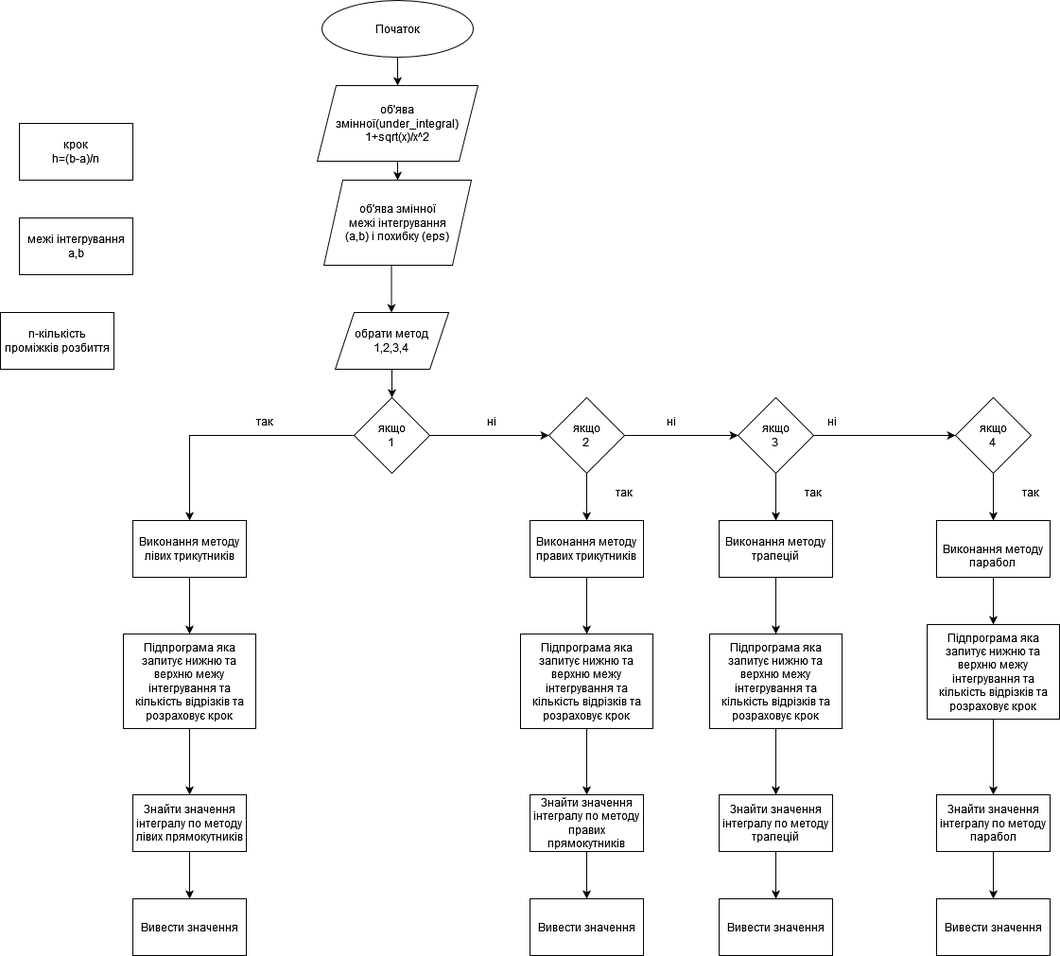
VolodymyrLutskevych-PE-12/Lab_2_Volodymyr-Lutskevych_PE-12_-1- keeps this draw.io diagram as Луцкевич_Володимир_РЕ-12_Схема_.drawio.png. Above is the earlier version. Source tidied: cells renumbered, new cells last; positions are measured from the earlier drawing's top-left corner, leaving out a move shared by most shapes.
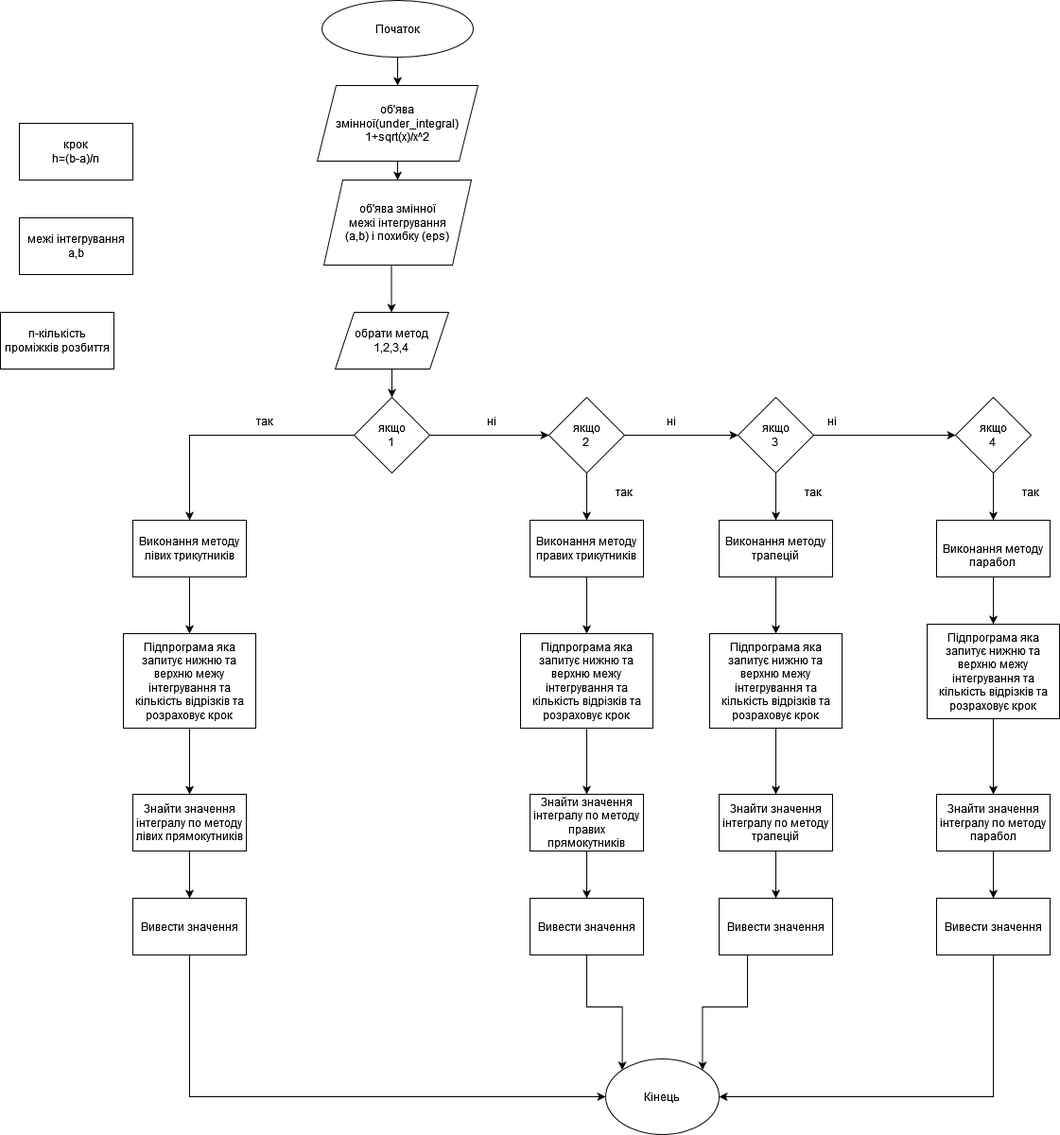
The same file after the commit.

What changed in the source:
```diff
@@ -166,17 +166,32 @@
     <mxCell id="54" value="так" style="text;html=1;strokeColor=none;fillColor=none;align=center;verticalAlign=middle;whiteSpace=wrap;rounded=0;" parent="1" vertex="1">
       <mxGeometry x="1060" y="505" width="60" height="30" as="geometry" />
     </mxCell>
+    <mxCell id="59" style="edgeStyle=orthogonalEdgeStyle;rounded=0;jettySize=auto;html=1;exitX=0.5;exitY=1;exitDx=0;exitDy=0;entryX=0;entryY=0.5;entryDx=0;entryDy=0;" parent="1" edge="1" source="55" target="63">
+      <mxGeometry relative="1" as="geometry" />
+    </mxCell>
     <mxCell id="55" value="Вивести значення" style="rounded=0;whiteSpace=wrap;html=1;" parent="1" vertex="1">
       <mxGeometry x="140" y="950" width="120" height="60" as="geometry" />
     </mxCell>
+    <mxCell id="60" style="edgeStyle=orthogonalEdgeStyle;rounded=0;jettySize=auto;html=1;exitX=0.5;exitY=1;exitDx=0;exitDy=0;entryX=0;entryY=0;entryDx=0;entryDy=0;" parent="1" edge="1" source="56" target="63">
+      <mxGeometry relative="1" as="geometry" />
+    </mxCell>
     <mxCell id="56" value="Вивести значення" style="rounded=0;whiteSpace=wrap;html=1;" parent="1" vertex="1">
       <mxGeometry x="560" y="950" width="120" height="60" as="geometry" />
     </mxCell>
+    <mxCell id="61" style="edgeStyle=orthogonalEdgeStyle;rounded=0;jettySize=auto;html=1;exitX=0.25;exitY=1;exitDx=0;exitDy=0;entryX=1;entryY=0;entryDx=0;entryDy=0;" parent="1" edge="1" source="57" target="63">
+      <mxGeometry relative="1" as="geometry" />
+    </mxCell>
     <mxCell id="57" value="Вивести значення" style="rounded=0;whiteSpace=wrap;html=1;" parent="1" vertex="1">
       <mxGeometry x="760" y="950" width="120" height="60" as="geometry" />
     </mxCell>
+    <mxCell id="62" style="edgeStyle=orthogonalEdgeStyle;rounded=0;jettySize=auto;html=1;exitX=0.5;exitY=1;exitDx=0;exitDy=0;entryX=1;entryY=0.5;entryDx=0;entryDy=0;" parent="1" edge="1" source="58" target="63">
+      <mxGeometry relative="1" as="geometry" />
+    </mxCell>
     <mxCell id="58" value="Вивести значення" style="rounded=0;whiteSpace=wrap;html=1;" parent="1" vertex="1">
       <mxGeometry x="990" y="950" width="120" height="60" as="geometry" />
     </mxCell>
+    <mxCell id="63" value="Кінець" style="ellipse;whiteSpace=wrap;html=1;" parent="1" vertex="1">
+      <mxGeometry x="640" y="1120" width="120" height="80" as="geometry" />
+    </mxCell>
   </root>
 </mxGraphModel>
```
